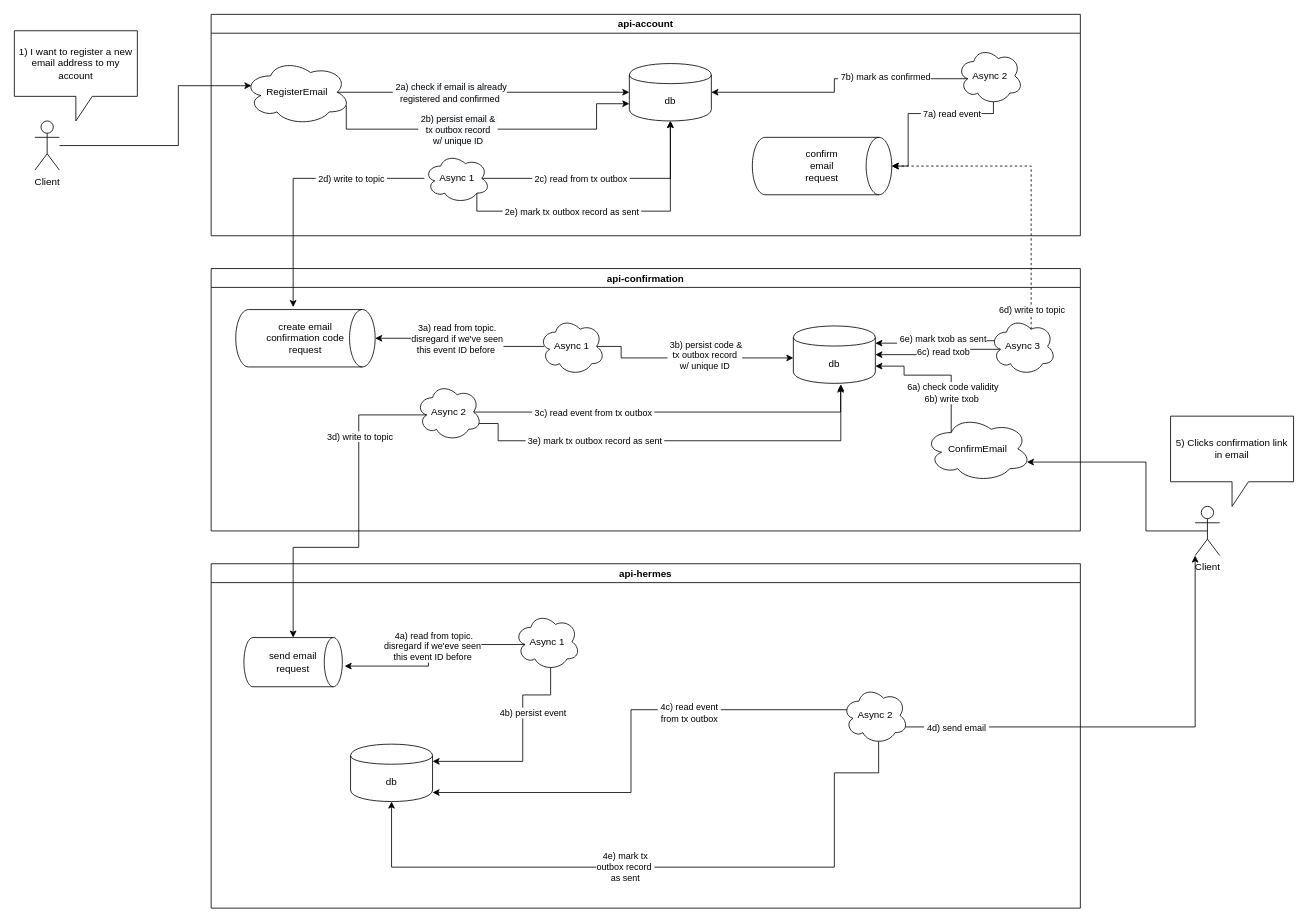
The draw.io diagram page "register-email" (2 of 5) of architecture.drawio in AlpacaLabs/protorepo, before the edit. Source tidied: cells renumbered, new cells numbered last; positions are measured from the earlier drawing's top-left corner, leaving out a move shared by most shapes. Both pictures are drawn from the tidied source at 82%, with x=0, y=0 at pixel (14, 14).
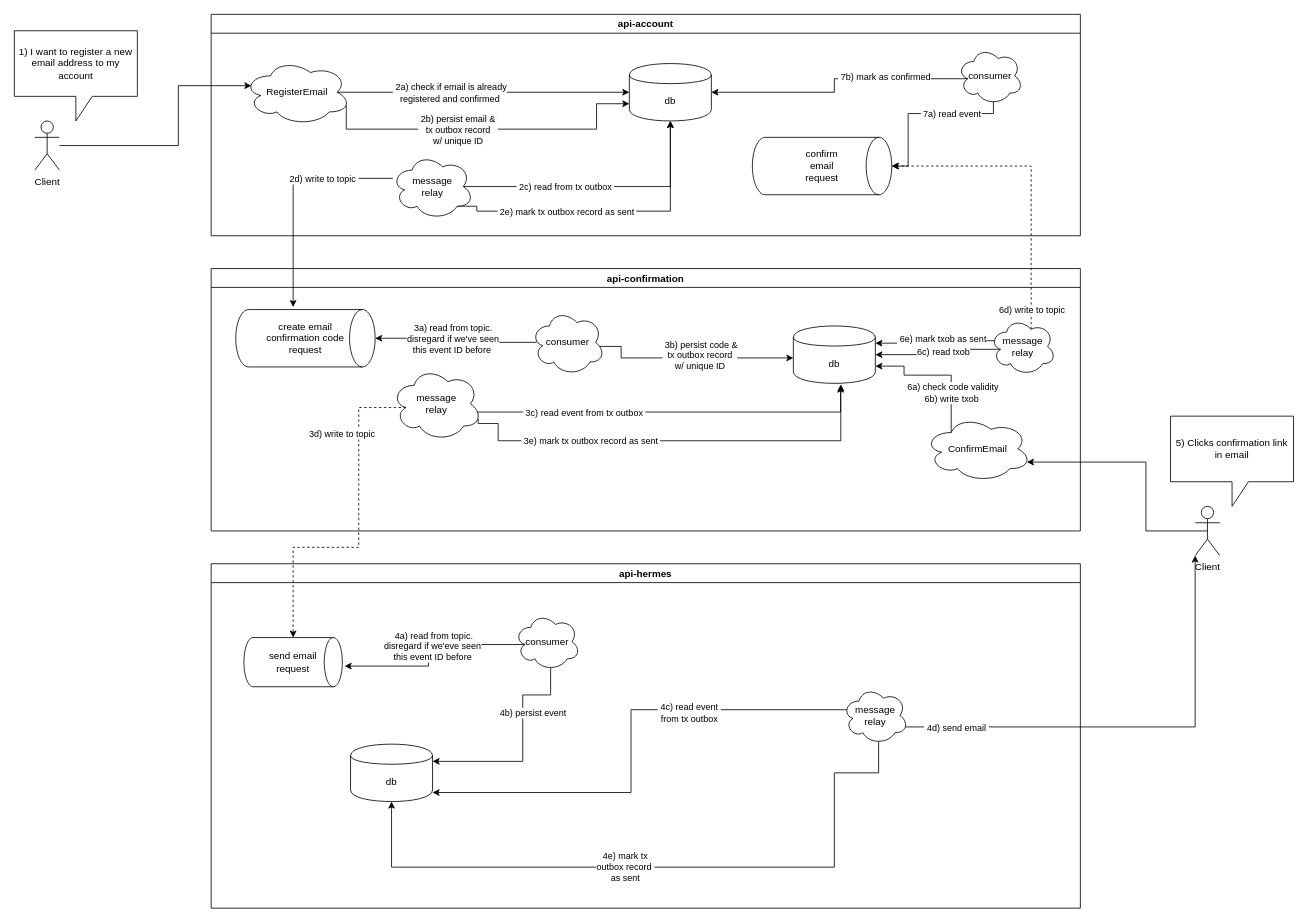
The same page after the edit.

The change refers to these unchanged cells:
```xml
<mxCell id="4" value="api-confirmation" style="swimlane;" parent="1" vertex="1">
  <mxGeometry x="240" y="310" width="1060" height="320" as="geometry" />
</mxCell>
<mxCell id="25" value="api-account" style="swimlane;rounded=0;" parent="1" vertex="1">
  <mxGeometry x="240" width="1060" height="270" as="geometry" />
</mxCell>
<mxCell id="46" value="api-hermes" style="swimlane;rounded=0;" parent="1" vertex="1">
  <mxGeometry x="240" y="670" width="1060" height="420" as="geometry" />
</mxCell>
<mxCell id="47" value="send email &lt;br&gt;request" style="strokeWidth=1;html=1;shape=mxgraph.flowchart.direct_data;whiteSpace=wrap;rounded=0;" parent="46" vertex="1">
  <mxGeometry x="40" y="90" width="120" height="60" as="geometry" />
</mxCell>
```

Diff of the diagram source:
```diff
@@
-    <mxCell id="10" value="Async 1" style="ellipse;shape=cloud;whiteSpace=wrap;html=1;rounded=0;" parent="4" vertex="1">
-      <mxGeometry x="400" y="60" width="80" height="70" as="geometry" />
+    <mxCell id="10" value="consumer" style="ellipse;shape=cloud;whiteSpace=wrap;html=1;rounded=0;" parent="4" vertex="1">
+      <mxGeometry x="390" y="50" width="90" height="80" as="geometry" />
     </mxCell>
@@
-    <mxCell id="16" value="Async 2" style="ellipse;shape=cloud;whiteSpace=wrap;html=1;rounded=0;" parent="4" vertex="1">
-      <mxGeometry x="250" y="140" width="80" height="70" as="geometry" />
+    <mxCell id="16" value="message&lt;br&gt;relay" style="ellipse;shape=cloud;whiteSpace=wrap;html=1;rounded=0;" parent="4" vertex="1">
+      <mxGeometry x="220" y="120" width="110" height="90" as="geometry" />
     </mxCell>
@@
-    <mxCell id="24" value="Async 3" style="ellipse;shape=cloud;whiteSpace=wrap;html=1;rounded=0;" parent="4" vertex="1">
+    <mxCell id="24" value="message&lt;br&gt;relay" style="ellipse;shape=cloud;whiteSpace=wrap;html=1;rounded=0;" parent="4" vertex="1">
       <mxGeometry x="950" y="60" width="80" height="70" as="geometry" />
     </mxCell>
@@
-    <mxCell id="36" value="Async 1" style="ellipse;shape=cloud;whiteSpace=wrap;html=1;rounded=0;" parent="25" vertex="1">
-      <mxGeometry x="260" y="170" width="80" height="60" as="geometry" />
+    <mxCell id="36" value="message&lt;br&gt;relay" style="ellipse;shape=cloud;whiteSpace=wrap;html=1;rounded=0;" parent="25" vertex="1">
+      <mxGeometry x="220" y="170" width="100" height="80" as="geometry" />
     </mxCell>
@@
-    <mxCell id="42" value="Async 2" style="ellipse;shape=cloud;whiteSpace=wrap;html=1;rounded=0;" parent="25" vertex="1">
+    <mxCell id="42" value="consumer" style="ellipse;shape=cloud;whiteSpace=wrap;html=1;rounded=0;" parent="25" vertex="1">
       <mxGeometry x="910" y="40" width="80" height="70" as="geometry" />
     </mxCell>
@@
-    <mxCell id="52" value="Async 1" style="ellipse;shape=cloud;whiteSpace=wrap;html=1;rounded=0;" parent="46" vertex="1">
+    <mxCell id="52" value="consumer" style="ellipse;shape=cloud;whiteSpace=wrap;html=1;rounded=0;" parent="46" vertex="1">
       <mxGeometry x="370" y="60" width="80" height="70" as="geometry" />
     </mxCell>
@@
-    <mxCell id="57" value="Async 2" style="ellipse;shape=cloud;whiteSpace=wrap;html=1;rounded=0;" parent="46" vertex="1">
+    <mxCell id="57" value="message&lt;br&gt;relay" style="ellipse;shape=cloud;whiteSpace=wrap;html=1;rounded=0;" parent="46" vertex="1">
       <mxGeometry x="770" y="150" width="80" height="70" as="geometry" />
     </mxCell>
-    <mxCell id="58" style="edgeStyle=orthogonalEdgeStyle;rounded=0;jettySize=auto;html=1;exitX=0.16;exitY=0.55;exitDx=0;exitDy=0;exitPerimeter=0;entryX=0.5;entryY=0;entryDx=0;entryDy=0;entryPerimeter=0;" parent="1" edge="1" source="16" target="47">
+    <mxCell id="58" style="edgeStyle=orthogonalEdgeStyle;rounded=0;jettySize=auto;html=1;exitX=0.16;exitY=0.55;exitDx=0;exitDy=0;exitPerimeter=0;entryX=0.5;entryY=0;entryDx=0;entryDy=0;entryPerimeter=0;dashed=1;" parent="1" edge="1" source="16" target="47">
       <mxGeometry relative="1" as="geometry">
         <Array as="points">
-          <mxPoint x="420" y="489" />
+          <mxPoint x="420" y="480" />
           <mxPoint x="420" y="650" />
           <mxPoint x="340" y="650" />
         </Array>
       </mxGeometry>
     </mxCell>
```
